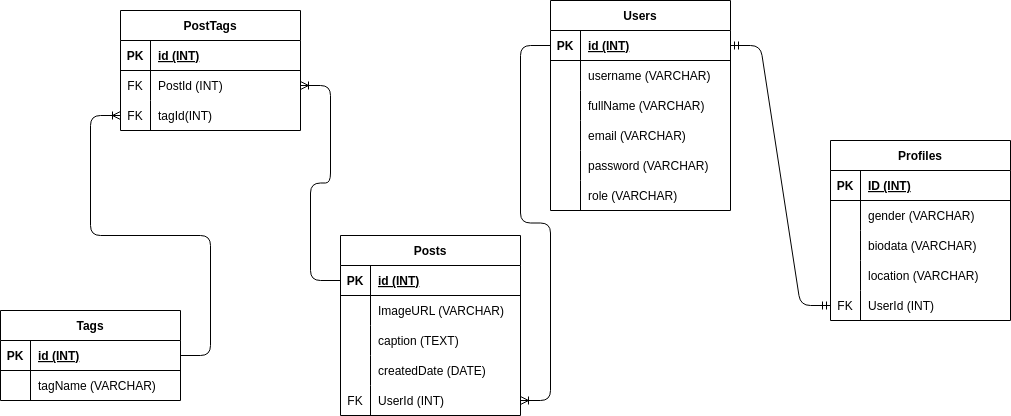
Before: schema.drawio.png, a diagram exported from draw.io (nrlizahh/fsjs-PP-InstagramClone). Source tidied: cells renumbered, new cells last; positions are measured from the earlier drawing's top-left corner, leaving out a move shared by most shapes.
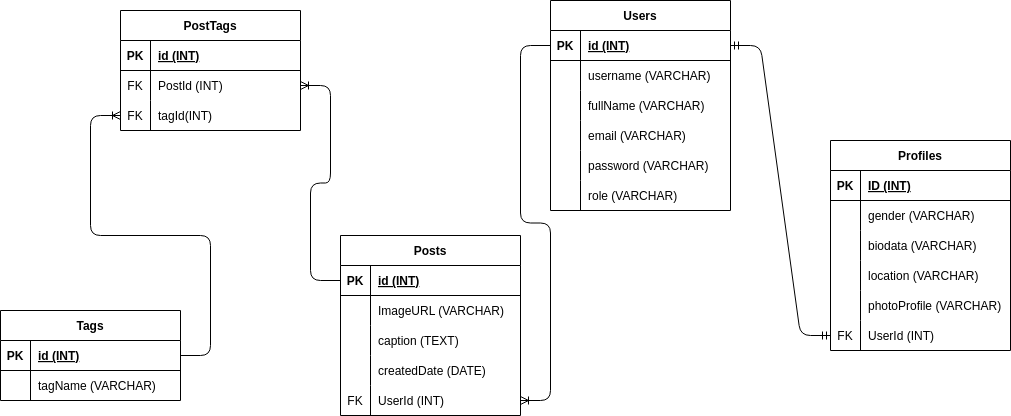
Later version of the same file.

Change to the diagram source:
```diff
@@ -60,7 +60,7 @@
       <mxGeometry x="30" width="150" height="30" as="geometry" />
     </mxCell>
     <mxCell id="21" value="Profiles" style="shape=table;startSize=30;rowLines=0;fontStyle=1;align=center;" parent="1" vertex="1">
-      <mxGeometry x="830" y="140" width="180" height="180" as="geometry" />
+      <mxGeometry x="830" y="140" width="180" height="210" as="geometry" />
     </mxCell>
     <mxCell id="22" style="shape=tableRow;horizontal=0;startSize=0;swimlaneHead=0;swimlaneBody=0;fillColor=none;top=0;left=0;right=0;bottom=1;" parent="21" vertex="1">
       <mxGeometry y="30" width="180" height="30" as="geometry" />
@@ -98,8 +98,17 @@
     <mxCell id="33" value="location (VARCHAR)" style="shape=partialRectangle;fillColor=none;top=0;left=0;bottom=0;right=0;align=left;spacingLeft=6;overflow=hidden;" parent="31" vertex="1">
       <mxGeometry x="30" width="150" height="30" as="geometry" />
     </mxCell>
+    <mxCell id="74" style="shape=tableRow;horizontal=0;startSize=0;swimlaneHead=0;swimlaneBody=0;fillColor=none;top=0;left=0;right=0;bottom=0;" parent="21" vertex="1">
+      <mxGeometry y="150" width="180" height="30" as="geometry" />
+    </mxCell>
+    <mxCell id="75" style="shape=partialRectangle;fillColor=none;top=0;left=0;bottom=0;right=0;overflow=hidden;" parent="74" vertex="1">
+      <mxGeometry width="30" height="30" as="geometry" />
+    </mxCell>
+    <mxCell id="76" value="photoProfile (VARCHAR)" style="shape=partialRectangle;fillColor=none;top=0;left=0;bottom=0;right=0;align=left;spacingLeft=6;overflow=hidden;" parent="74" vertex="1">
+      <mxGeometry x="30" width="150" height="30" as="geometry" />
+    </mxCell>
     <mxCell id="34" style="shape=tableRow;horizontal=0;startSize=0;swimlaneHead=0;swimlaneBody=0;fillColor=none;points=[[0,0.5],[1,0.5]];portConstraint=eastwest;top=0;left=0;right=0;bottom=0;" parent="21" vertex="1">
-      <mxGeometry y="150" width="180" height="30" as="geometry" />
+      <mxGeometry y="180" width="180" height="30" as="geometry" />
     </mxCell>
     <mxCell id="35" value="FK" style="shape=partialRectangle;fillColor=none;top=0;left=0;bottom=0;right=0;overflow=hidden;" parent="34" vertex="1">
       <mxGeometry width="30" height="30" as="geometry" />
```
